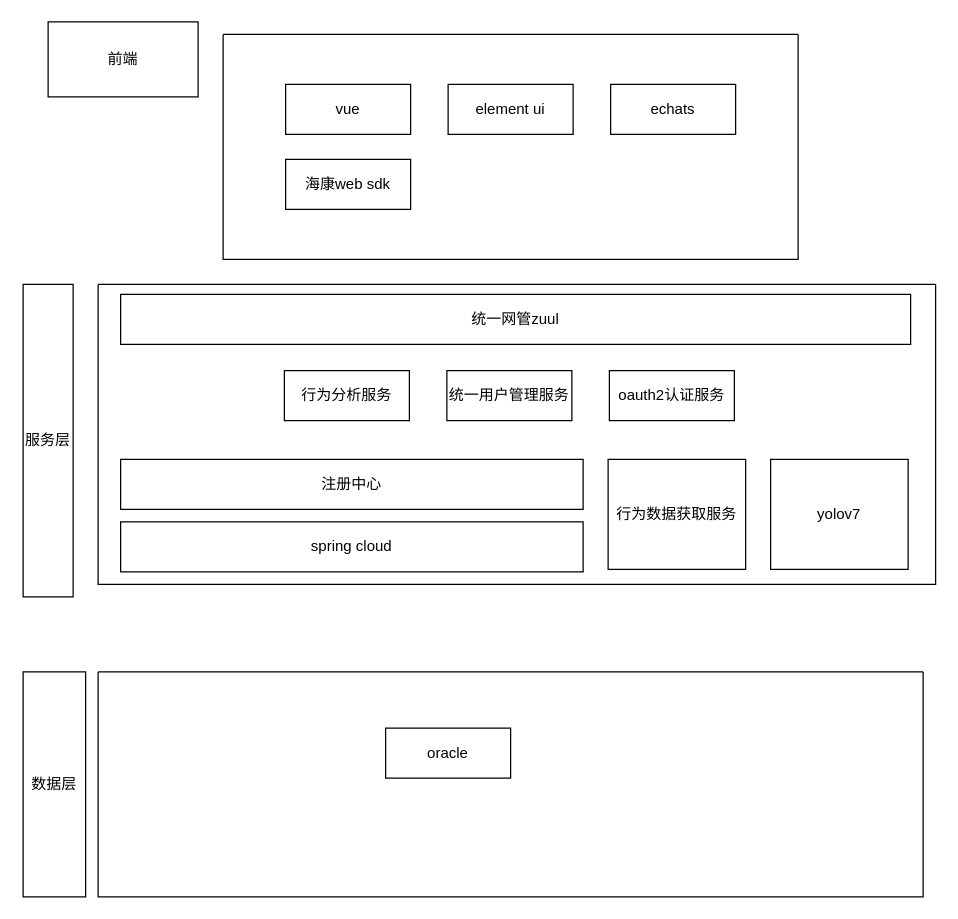
zhangfengman/autoJs keeps this draw.io diagram as 架构.drawio. Above is the earlier version. Source tidied: cells renumbered, new cells numbered last; positions are measured from the earlier drawing's top-left corner, leaving out a move shared by most shapes. Both pictures are drawn from the tidied source at 125%, with x=0, y=0 at pixel (22, 21).
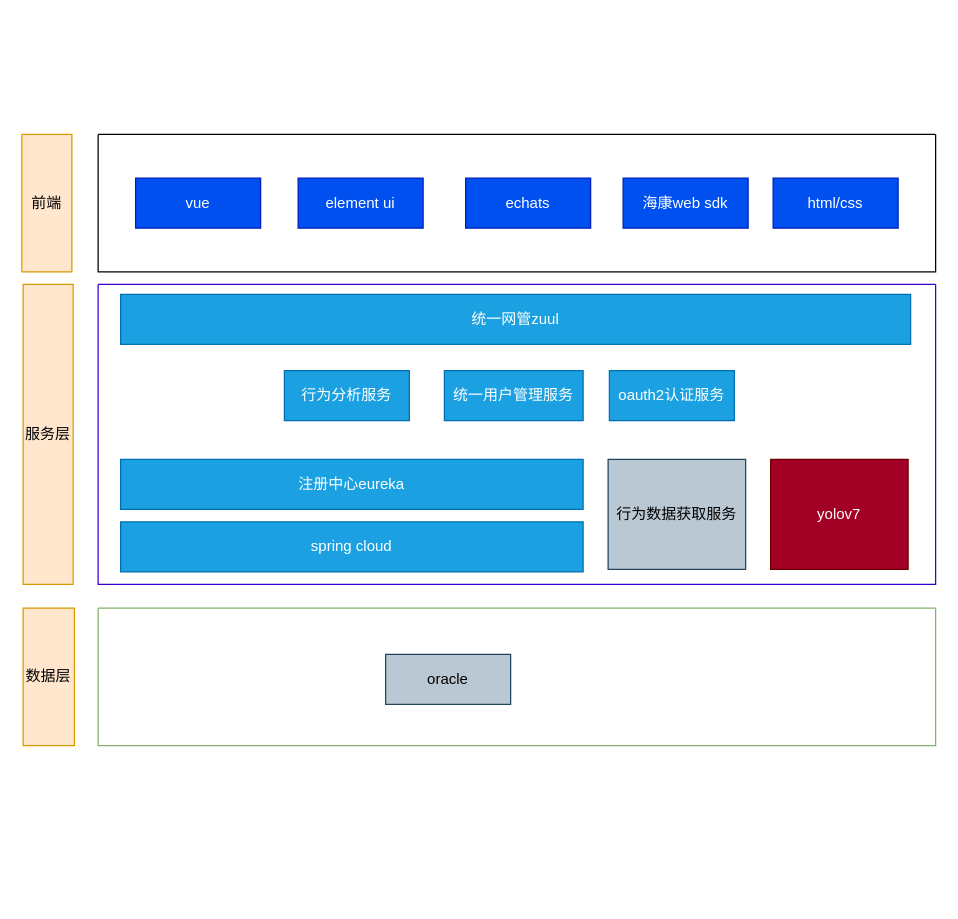
The same diagram, later.

Change to the diagram source:
```diff
@@
-    <mxCell id="2" style="swimlane;startSize=0;" parent="1" vertex="1">
-      <mxGeometry x="60" y="520" width="660" height="180" as="geometry" />
+    <mxCell id="2" style="swimlane;startSize=0;fillColor=#d5e8d4;strokeColor=#82b366;" parent="1" vertex="1">
+      <mxGeometry x="60" y="469" width="670" height="110" as="geometry" />
     </mxCell>
-    <mxCell id="3" value="oracle" style="rounded=0;whiteSpace=wrap;html=1;" parent="2" vertex="1">
-      <mxGeometry x="230" y="45" width="100" height="40" as="geometry" />
+    <mxCell id="3" value="oracle" style="rounded=0;whiteSpace=wrap;html=1;fillColor=#bac8d3;strokeColor=#23445d;" parent="2" vertex="1">
+      <mxGeometry x="230" y="37" width="100" height="40" as="geometry" />
     </mxCell>
-    <mxCell id="4" value="前端" style="rounded=0;whiteSpace=wrap;html=1;" parent="1" vertex="1">
-      <mxGeometry x="20" width="120" height="60" as="geometry" />
+    <mxCell id="4" value="前端" style="rounded=0;whiteSpace=wrap;html=1;fillColor=#ffe6cc;strokeColor=#d79b00;" parent="1" vertex="1">
+      <mxGeometry x="-1" y="90" width="40" height="110" as="geometry" />
     </mxCell>
-    <mxCell id="5" value="服务层" style="rounded=0;whiteSpace=wrap;html=1;" parent="1" vertex="1">
-      <mxGeometry y="210" width="40" height="250" as="geometry" />
+    <mxCell id="5" value="服务层" style="rounded=0;whiteSpace=wrap;html=1;fillColor=#ffe6cc;strokeColor=#d79b00;" parent="1" vertex="1">
+      <mxGeometry y="210" width="40" height="240" as="geometry" />
     </mxCell>
-    <mxCell id="6" value="数据层" style="rounded=0;whiteSpace=wrap;html=1;" parent="1" vertex="1">
-      <mxGeometry y="520" width="50" height="180" as="geometry" />
+    <mxCell id="6" value="数据层" style="rounded=0;whiteSpace=wrap;html=1;fillColor=#ffe6cc;strokeColor=#d79b00;" parent="1" vertex="1">
+      <mxGeometry y="469" width="41" height="110" as="geometry" />
     </mxCell>
-    <mxCell id="7" style="swimlane;startSize=0;" parent="1" vertex="1">
+    <mxCell id="7" style="swimlane;startSize=0;fillColor=#6a00ff;strokeColor=#3700CC;fontColor=#ffffff;" parent="1" vertex="1">
       <mxGeometry x="60" y="210" width="670" height="240" as="geometry" />
     </mxCell>
-    <mxCell id="8" value="行为分析服务" style="rounded=0;whiteSpace=wrap;html=1;" parent="7" vertex="1">
+    <mxCell id="8" value="行为分析服务" style="rounded=0;whiteSpace=wrap;html=1;fillColor=#1ba1e2;fontColor=#ffffff;strokeColor=#006EAF;" parent="7" vertex="1">
       <mxGeometry x="149" y="69" width="100" height="40" as="geometry" />
     </mxCell>
-    <mxCell id="9" value="统一用户管理服务" style="rounded=0;whiteSpace=wrap;html=1;" parent="7" vertex="1">
-      <mxGeometry x="279" y="69" width="100" height="40" as="geometry" />
+    <mxCell id="9" value="统一用户管理服务" style="rounded=0;whiteSpace=wrap;html=1;fillColor=#1ba1e2;fontColor=#ffffff;strokeColor=#006EAF;" parent="7" vertex="1">
+      <mxGeometry x="277" y="69" width="111" height="40" as="geometry" />
     </mxCell>
-    <mxCell id="10" value="oauth2认证服务" style="rounded=0;whiteSpace=wrap;html=1;" parent="7" vertex="1">
+    <mxCell id="10" value="oauth2认证服务" style="rounded=0;whiteSpace=wrap;html=1;fillColor=#1ba1e2;fontColor=#ffffff;strokeColor=#006EAF;" parent="7" vertex="1">
       <mxGeometry x="409" y="69" width="100" height="40" as="geometry" />
     </mxCell>
-    <mxCell id="11" value="spring cloud" style="rounded=0;whiteSpace=wrap;html=1;" parent="7" vertex="1">
+    <mxCell id="11" value="spring cloud" style="rounded=0;whiteSpace=wrap;html=1;fillColor=#1ba1e2;fontColor=#ffffff;strokeColor=#006EAF;" parent="7" vertex="1">
       <mxGeometry x="18" y="190" width="370" height="40" as="geometry" />
     </mxCell>
-    <mxCell id="12" value="注册中心" style="rounded=0;whiteSpace=wrap;html=1;" parent="7" vertex="1">
+    <mxCell id="12" value="注册中心eureka" style="rounded=0;whiteSpace=wrap;html=1;fillColor=#1ba1e2;fontColor=#ffffff;strokeColor=#006EAF;" parent="7" vertex="1">
       <mxGeometry x="18" y="140" width="370" height="40" as="geometry" />
     </mxCell>
-    <mxCell id="13" value="统一网管zuul" style="rounded=0;whiteSpace=wrap;html=1;" parent="7" vertex="1">
+    <mxCell id="13" value="统一网管zuul" style="rounded=0;whiteSpace=wrap;html=1;fillColor=#1ba1e2;fontColor=#ffffff;strokeColor=#006EAF;" parent="7" vertex="1">
       <mxGeometry x="18" y="8" width="632" height="40" as="geometry" />
     </mxCell>
-    <mxCell id="14" value="行为数据获取服务" style="rounded=0;whiteSpace=wrap;html=1;" parent="7" vertex="1">
+    <mxCell id="14" value="行为数据获取服务" style="rounded=0;whiteSpace=wrap;html=1;fillColor=#bac8d3;strokeColor=#23445d;" parent="7" vertex="1">
       <mxGeometry x="408" y="140" width="110" height="88" as="geometry" />
     </mxCell>
-    <mxCell id="15" value="yolov7" style="rounded=0;whiteSpace=wrap;html=1;" parent="7" vertex="1">
+    <mxCell id="15" value="yolov7" style="rounded=0;whiteSpace=wrap;html=1;fillColor=#a20025;fontColor=#ffffff;strokeColor=#6F0000;" parent="7" vertex="1">
       <mxGeometry x="538" y="140" width="110" height="88" as="geometry" />
     </mxCell>
     <mxCell id="16" style="swimlane;startSize=0;" parent="1" vertex="1">
-      <mxGeometry x="160" y="10" width="460" height="180" as="geometry" />
+      <mxGeometry x="60" y="90" width="670" height="110" as="geometry" />
     </mxCell>
-    <mxCell id="17" value="vue" style="rounded=0;whiteSpace=wrap;html=1;" parent="16" vertex="1">
-      <mxGeometry x="50" y="40" width="100" height="40" as="geometry" />
+    <mxCell id="17" value="vue" style="rounded=0;whiteSpace=wrap;html=1;fillColor=#0050ef;fontColor=#ffffff;strokeColor=#001DBC;" parent="16" vertex="1">
+      <mxGeometry x="30" y="35" width="100" height="40" as="geometry" />
     </mxCell>
-    <mxCell id="18" value="element ui" style="rounded=0;whiteSpace=wrap;html=1;" parent="16" vertex="1">
-      <mxGeometry x="180" y="40" width="100" height="40" as="geometry" />
+    <mxCell id="18" value="element ui" style="rounded=0;whiteSpace=wrap;html=1;fillColor=#0050ef;fontColor=#ffffff;strokeColor=#001DBC;" parent="16" vertex="1">
+      <mxGeometry x="160" y="35" width="100" height="40" as="geometry" />
     </mxCell>
-    <mxCell id="19" value="echats" style="rounded=0;whiteSpace=wrap;html=1;" parent="16" vertex="1">
-      <mxGeometry x="310" y="40" width="100" height="40" as="geometry" />
+    <mxCell id="19" value="echats" style="rounded=0;whiteSpace=wrap;html=1;fillColor=#0050ef;fontColor=#ffffff;strokeColor=#001DBC;" parent="16" vertex="1">
+      <mxGeometry x="294" y="35" width="100" height="40" as="geometry" />
     </mxCell>
-    <mxCell id="20" value="海康web sdk" style="rounded=0;whiteSpace=wrap;html=1;" parent="16" vertex="1">
-      <mxGeometry x="50" y="100" width="100" height="40" as="geometry" />
+    <mxCell id="20" value="海康web sdk" style="rounded=0;whiteSpace=wrap;html=1;fillColor=#0050ef;fontColor=#ffffff;strokeColor=#001DBC;" parent="16" vertex="1">
+      <mxGeometry x="420" y="35" width="100" height="40" as="geometry" />
     </mxCell>
+    <mxCell id="21" value="html/css" style="rounded=0;whiteSpace=wrap;html=1;fillColor=#0050ef;fontColor=#ffffff;strokeColor=#001DBC;" parent="16" vertex="1">
+      <mxGeometry x="540" y="35" width="100" height="40" as="geometry" />
+    </mxCell>
```
